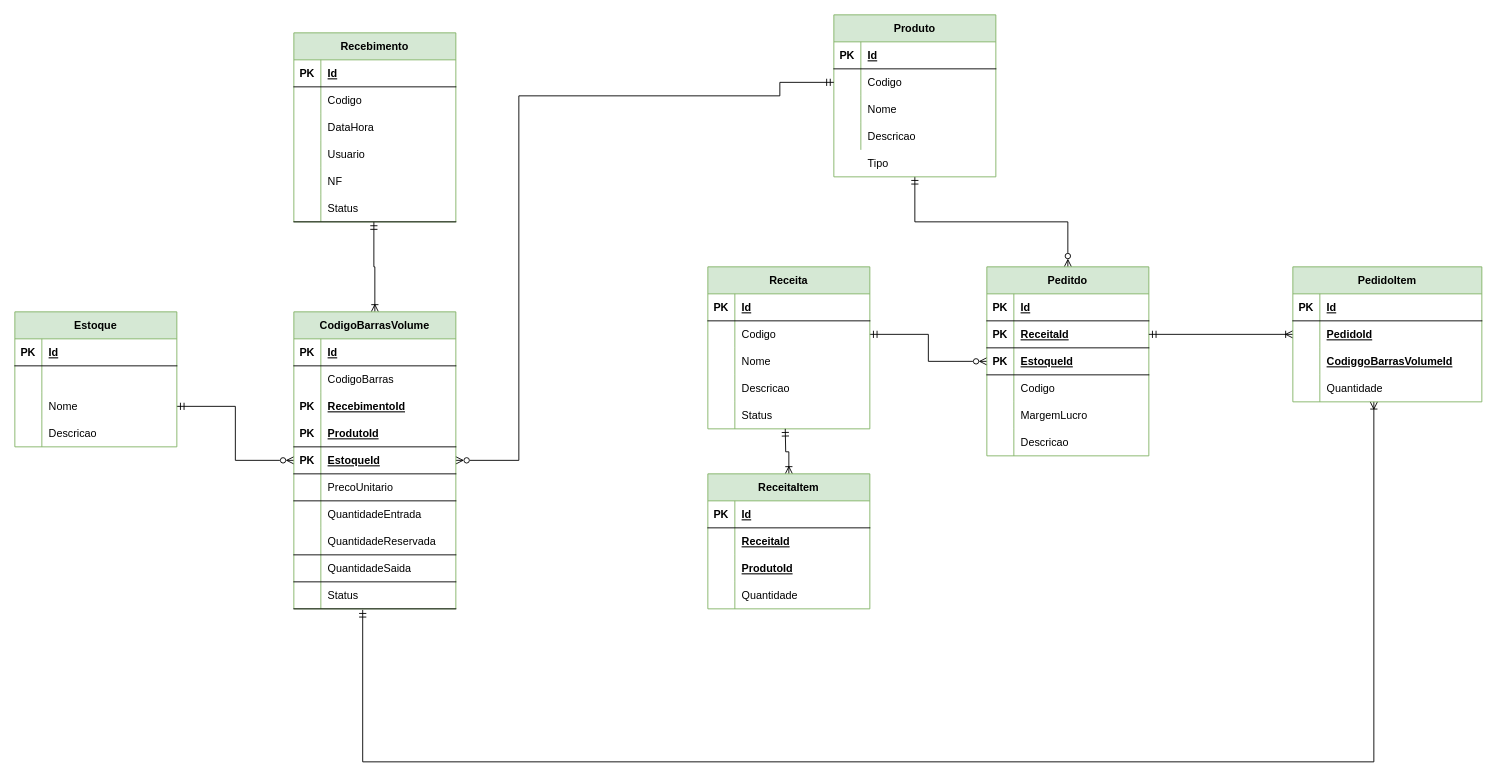
Above: page "Página-1" (1 of 3) of Banco/Modelagem Banco GerenciamentoPedidos.drawio in renanosoriorosa/GerenciamentoPedidos (draw.io), before the change. Source tidied: cells renumbered, new cells numbered last; positions are measured from the earlier drawing's top-left corner, leaving out a move shared by most shapes. Both pictures are drawn from the tidied source at 90%, with x=0, y=0 at pixel (14, 14).
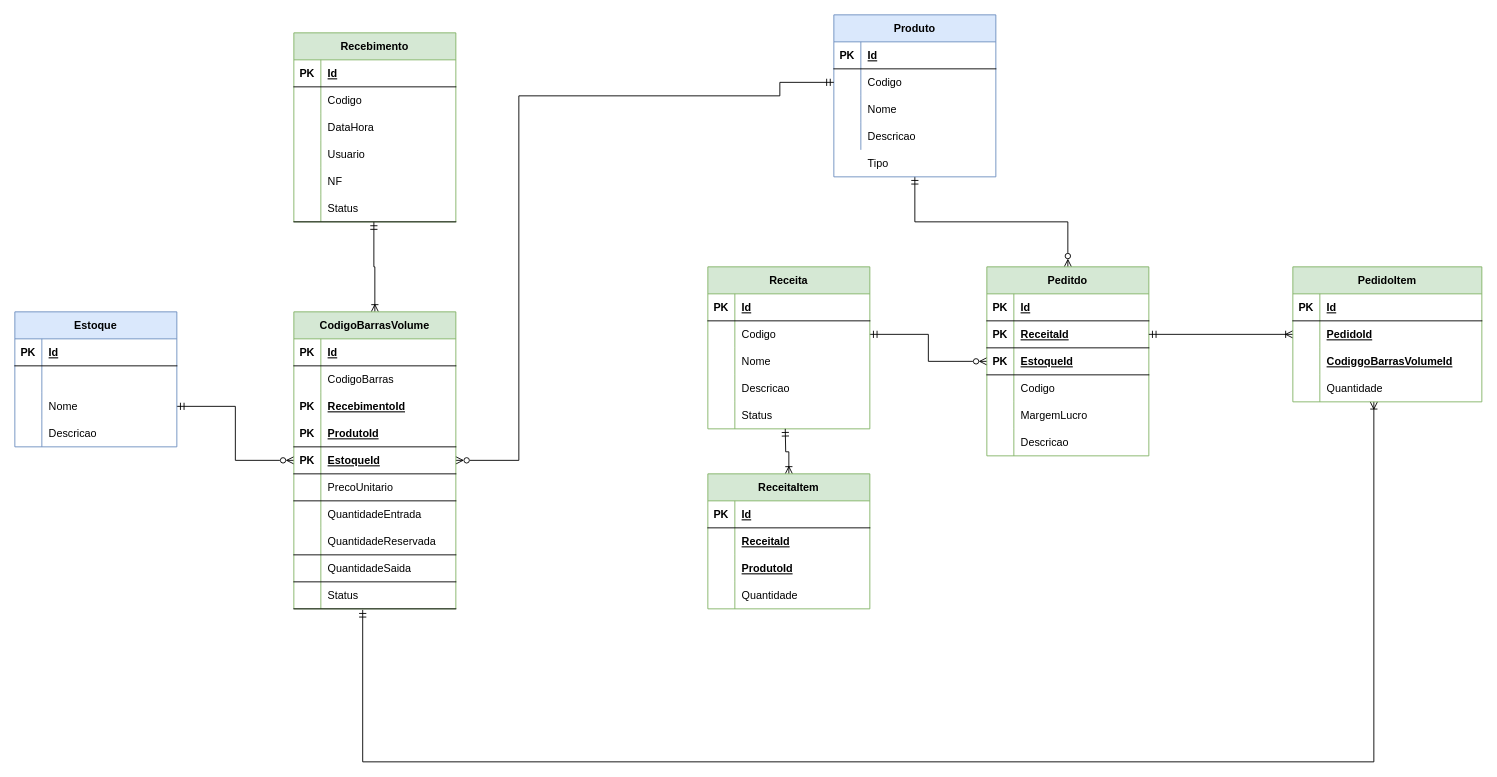
Above is the later version.

Diff of the diagram source:
```diff
@@
-    <mxCell id="3" value="Produto" style="shape=table;startSize=30;childLayout=tableLayout;rowLines=0;fontStyle=1;align=center;fillColor=#d5e8d4;strokeColor=#82b366;" parent="1" vertex="1">
+    <mxCell id="3" value="Produto" style="shape=table;startSize=30;childLayout=tableLayout;rowLines=0;fontStyle=1;align=center;fillColor=#dae8fc;strokeColor=#6c8ebf;" parent="1" vertex="1">
       <mxGeometry x="910" width="180" height="180" as="geometry" />
     </mxCell>
@@
-    <mxCell id="120" value="Estoque" style="shape=table;startSize=30;childLayout=tableLayout;rowLines=0;fontStyle=1;align=center;fillColor=#d5e8d4;strokeColor=#82b366;" parent="1" vertex="1">
+    <mxCell id="120" value="Estoque" style="shape=table;startSize=30;childLayout=tableLayout;rowLines=0;fontStyle=1;align=center;fillColor=#dae8fc;strokeColor=#6c8ebf;" parent="1" vertex="1">
       <mxGeometry y="330" width="180" height="150" as="geometry" />
     </mxCell>
```
